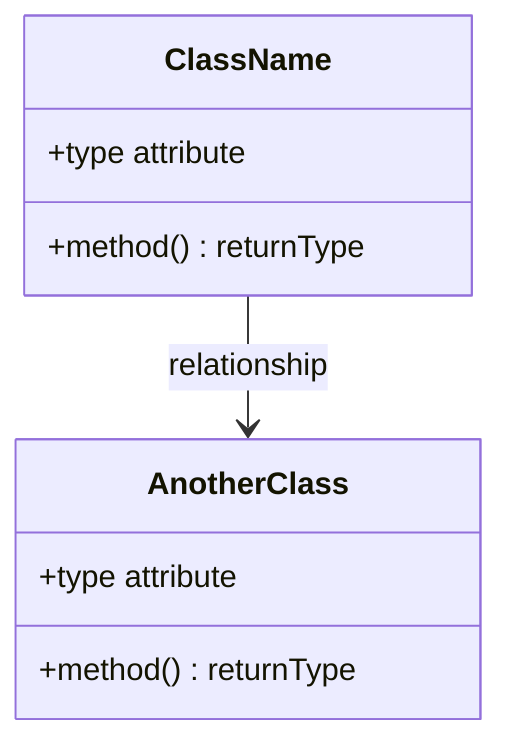
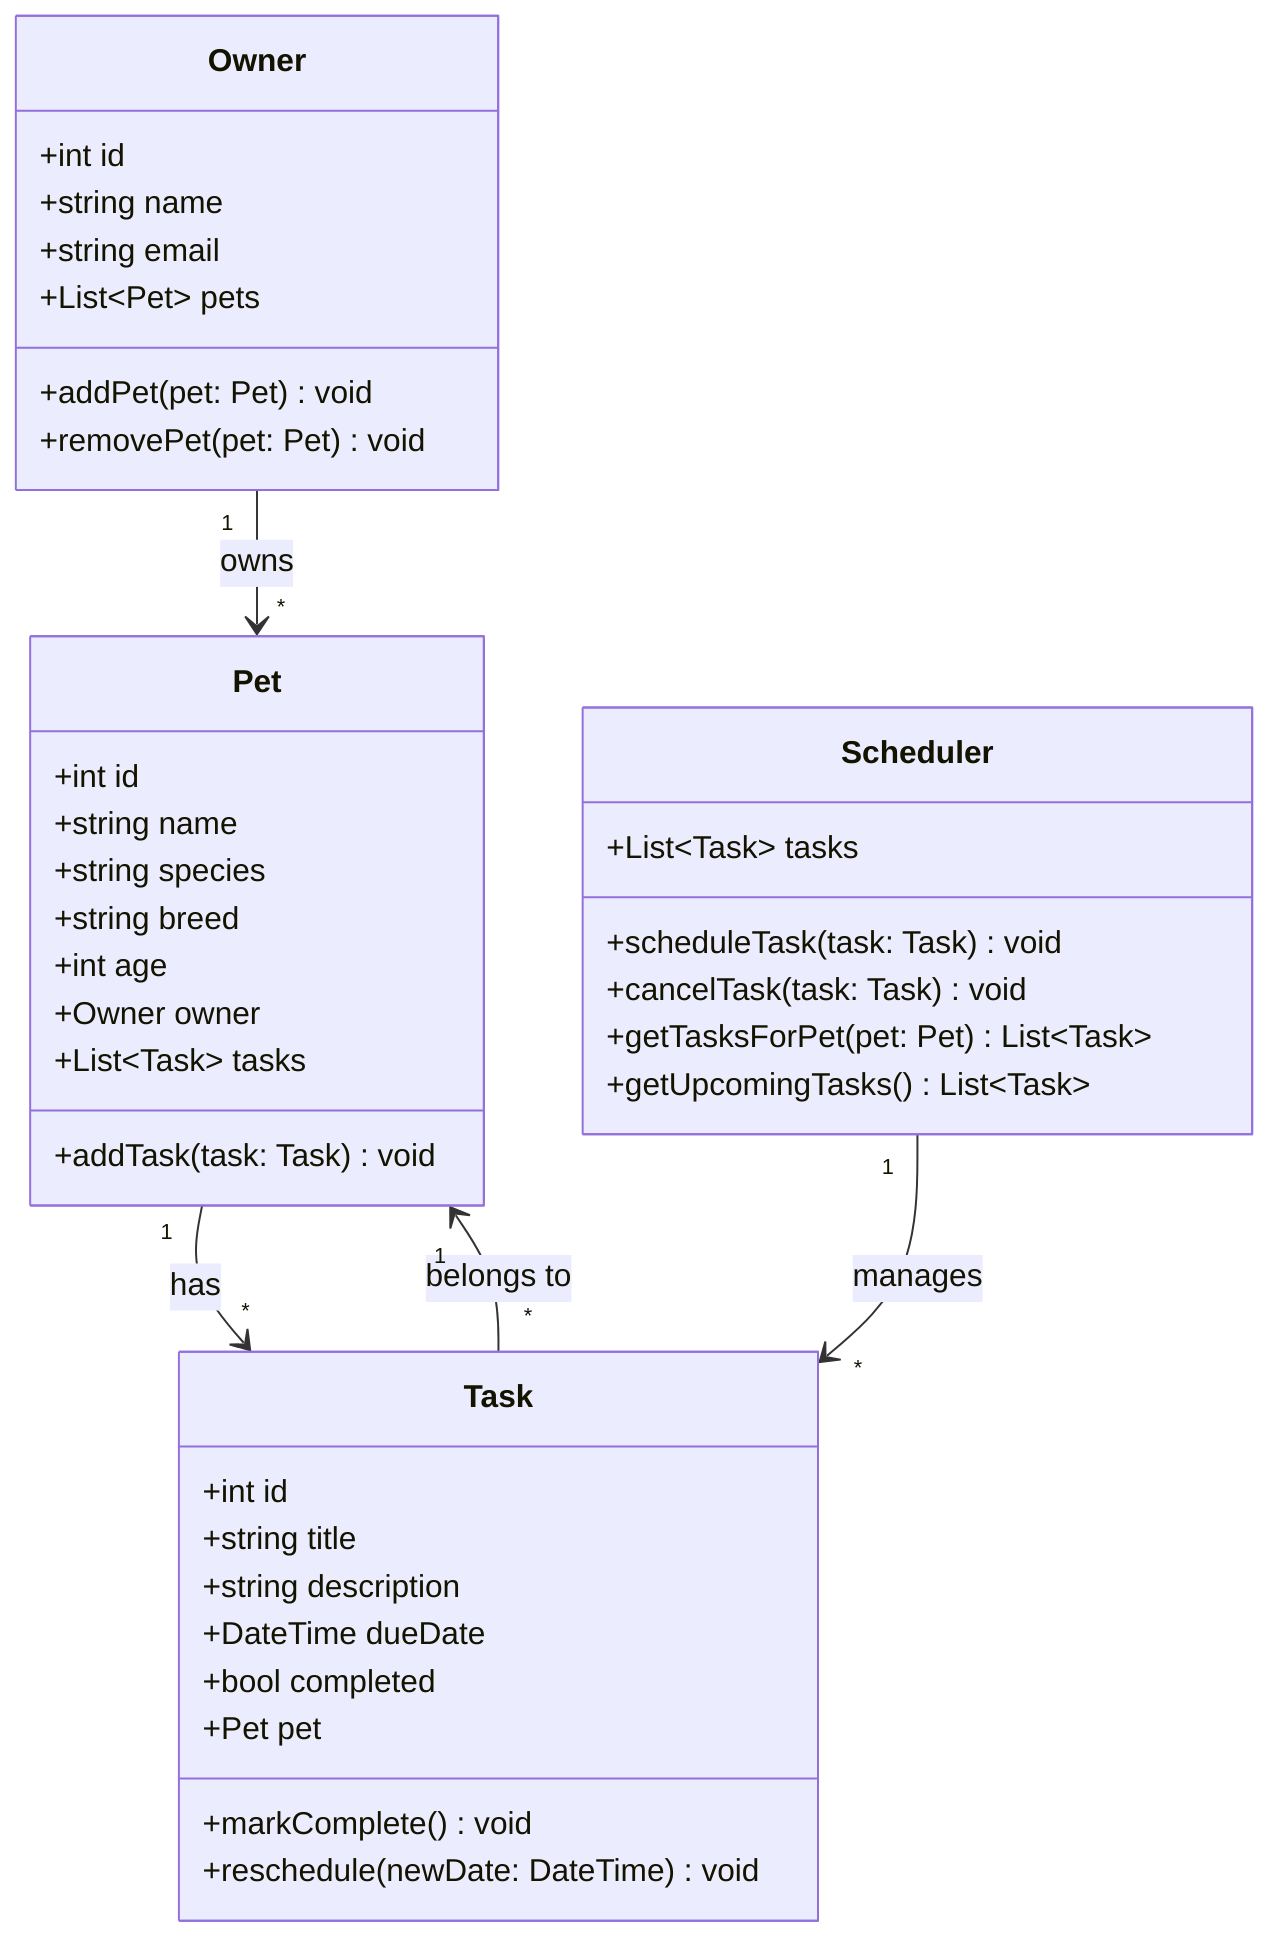
classDiagram
-     %% Replace the placeholders below with your actual classes, attributes, methods, and relationships.
+     %% Pet scheduling app — core domain model.
    %% Keep this file updated so it matches your final implementation.

-     class ClassName {
-         +type attribute
-         +method() returnType
+     class Owner {
+         +int id
+         +string name
+         +string email
+         +List~Pet~ pets
+         +addPet(pet: Pet) void
+         +removePet(pet: Pet) void
    }

-     class AnotherClass {
-         +type attribute
-         +method() returnType
+     class Pet {
+         +int id
+         +string name
+         +string species
+         +string breed
+         +int age
+         +Owner owner
+         +List~Task~ tasks
+         +addTask(task: Task) void
    }

-     ClassName --> AnotherClass : relationship
+     class Task {
+         +int id
+         +string title
+         +string description
+         +DateTime dueDate
+         +bool completed
+         +Pet pet
+         +markComplete() void
+         +reschedule(newDate: DateTime) void
+     }
+ 
+     class Scheduler {
+         +List~Task~ tasks
+         +scheduleTask(task: Task) void
+         +cancelTask(task: Task) void
+         +getTasksForPet(pet: Pet) List~Task~
+         +getUpcomingTasks() List~Task~
+     }
+ 
+     Owner "1" --> "*" Pet : owns
+     Pet "1" --> "*" Task : has
+     Scheduler "1" --> "*" Task : manages
+     Task "*" --> "1" Pet : belongs to
